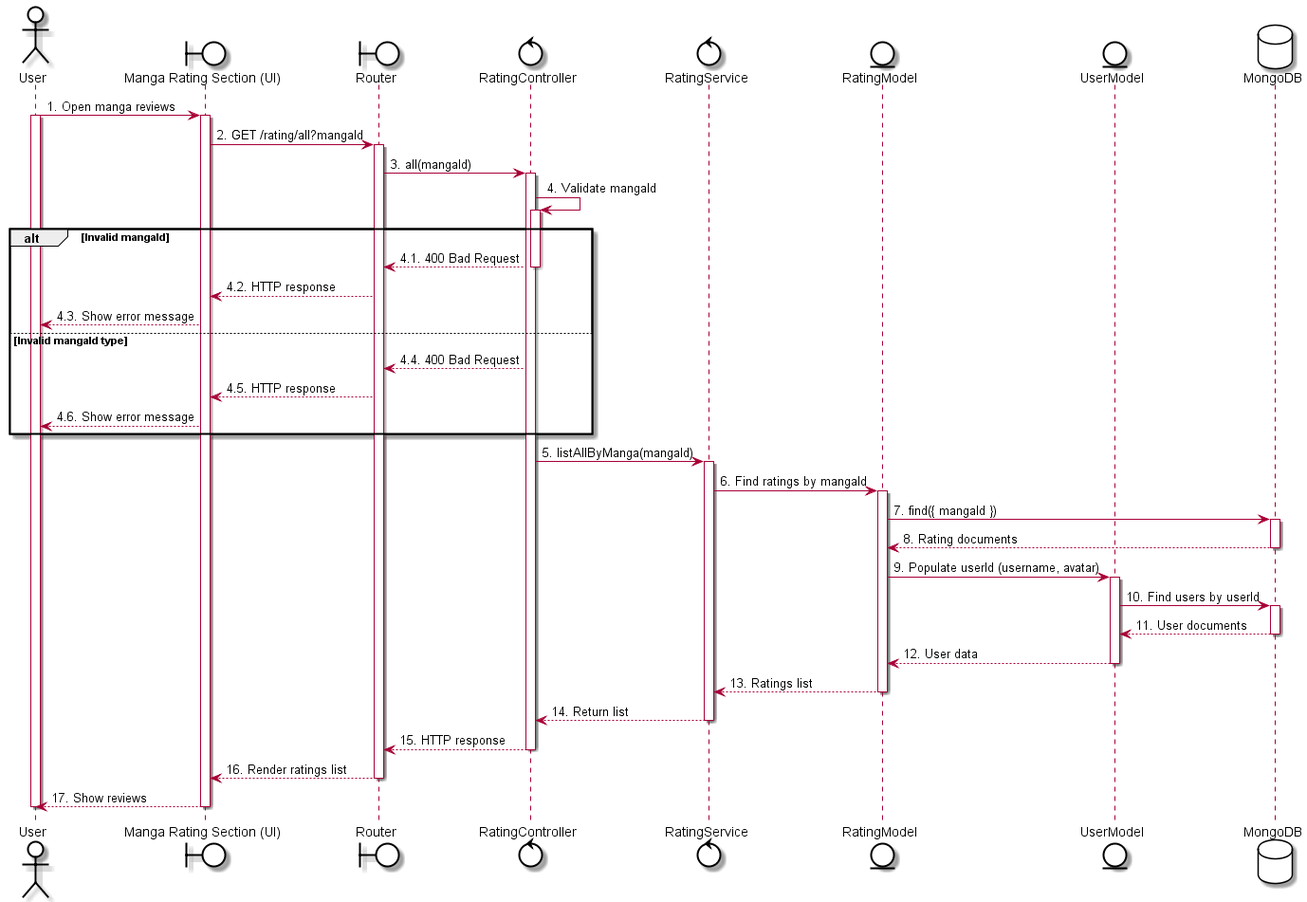
The PlantUML diagram out/uc38 - View Story Rating/uc38 - View Story Rating.png in LGK1412/sequence_sep490_01, before a commit. The source it was exported from:
```plantuml
@startuml
skinparam {
    ActorBackgroundColor #FFFFFF
    BoundaryBackgroundColor #FFFFFF
    ControlBackgroundColor #FFFFFF
    EntityBackgroundColor #FFFFFF
    DatabaseBackgroundColor #FFFFFF

    ActorBorderColor black
    BoundaryBorderColor black
    ControlBorderColor black
    EntityBorderColor black
    DatabaseBorderColor black
}

actor User
boundary "Manga Rating Section (UI)" as UI
boundary Router
control RatingController
control RatingService
entity RatingModel
entity UserModel
database MongoDB

User -> UI: 1. Open manga reviews
activate User
activate UI

UI -> Router: 2. GET /rating/all?mangaId
activate Router

Router -> RatingController: 3. all(mangaId)
activate RatingController

RatingController -> RatingController: 4. Validate mangaId
activate RatingController

alt Invalid mangaId
    RatingController --> Router: 4.1. 400 Bad Request
    deactivate RatingController
    Router --> UI: 4.2. HTTP response
    UI --> User: 4.3. Show error message
else Invalid mangaId type
    RatingController --> Router: 4.4. 400 Bad Request
    Router --> UI: 4.5. HTTP response
    UI --> User: 4.6. Show error message
end

RatingController -> RatingService: 5. listAllByManga(mangaId)

activate RatingService
RatingService -> RatingModel: 6. Find ratings by mangaId
activate RatingModel

RatingModel -> MongoDB: 7. find({ mangaId })
activate MongoDB
MongoDB --> RatingModel: 8. Rating documents
deactivate MongoDB

RatingModel -> UserModel: 9. Populate userId (username, avatar)
activate UserModel
UserModel -> MongoDB: 10. Find users by userId
activate MongoDB
MongoDB --> UserModel: 11. User documents
deactivate MongoDB
UserModel --> RatingModel: 12. User data
deactivate UserModel

RatingModel --> RatingService: 13. Ratings list
deactivate RatingModel

RatingService --> RatingController: 14. Return list
deactivate RatingService

RatingController --> Router: 15. HTTP response
deactivate RatingController
Router --> UI: 16. Render ratings list
deactivate Router
UI --> User: 17. Show reviews
deactivate UI
deactivate User
@enduml
```
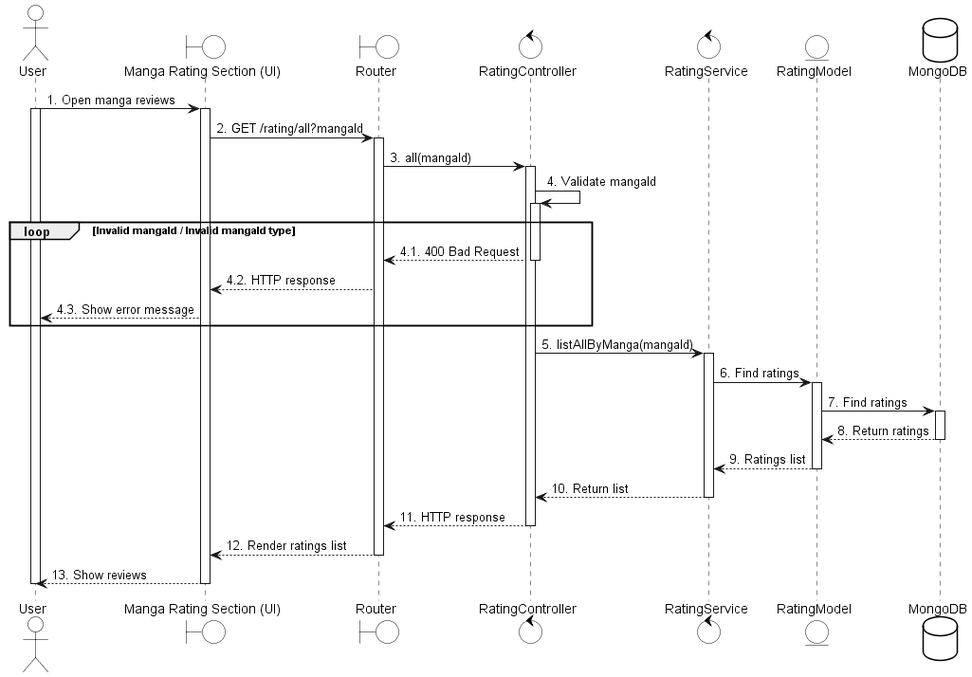
After the change.

What changed in the source:
```diff
@@ -19,7 +19,6 @@
 control RatingController
 control RatingService
 entity RatingModel
-entity UserModel
 database MongoDB
 
 User -> UI: 1. Open manga reviews
@@ -35,48 +34,35 @@
 RatingController -> RatingController: 4. Validate mangaId
 activate RatingController
 
-alt Invalid mangaId
+loop Invalid mangaId / Invalid mangaId type
     RatingController --> Router: 4.1. 400 Bad Request
     deactivate RatingController
     Router --> UI: 4.2. HTTP response
     UI --> User: 4.3. Show error message
-else Invalid mangaId type
-    RatingController --> Router: 4.4. 400 Bad Request
-    Router --> UI: 4.5. HTTP response
-    UI --> User: 4.6. Show error message
 end
 
 RatingController -> RatingService: 5. listAllByManga(mangaId)
 
 activate RatingService
-RatingService -> RatingModel: 6. Find ratings by mangaId
+RatingService -> RatingModel: 6. Find ratings
 activate RatingModel
 
-RatingModel -> MongoDB: 7. find({ mangaId })
+RatingModel -> MongoDB: 7. Find ratings
 activate MongoDB
-MongoDB --> RatingModel: 8. Rating documents
+MongoDB --> RatingModel: 8. Return ratings
 deactivate MongoDB
 
-RatingModel -> UserModel: 9. Populate userId (username, avatar)
-activate UserModel
-UserModel -> MongoDB: 10. Find users by userId
-activate MongoDB
-MongoDB --> UserModel: 11. User documents
-deactivate MongoDB
-UserModel --> RatingModel: 12. User data
-deactivate UserModel
-
-RatingModel --> RatingService: 13. Ratings list
+RatingModel --> RatingService: 9. Ratings list
 deactivate RatingModel
 
-RatingService --> RatingController: 14. Return list
+RatingService --> RatingController: 10. Return list
 deactivate RatingService
 
-RatingController --> Router: 15. HTTP response
+RatingController --> Router: 11. HTTP response
 deactivate RatingController
-Router --> UI: 16. Render ratings list
+Router --> UI: 12. Render ratings list
 deactivate Router
-UI --> User: 17. Show reviews
+UI --> User: 13. Show reviews
 deactivate UI
 deactivate User
 @enduml
```
